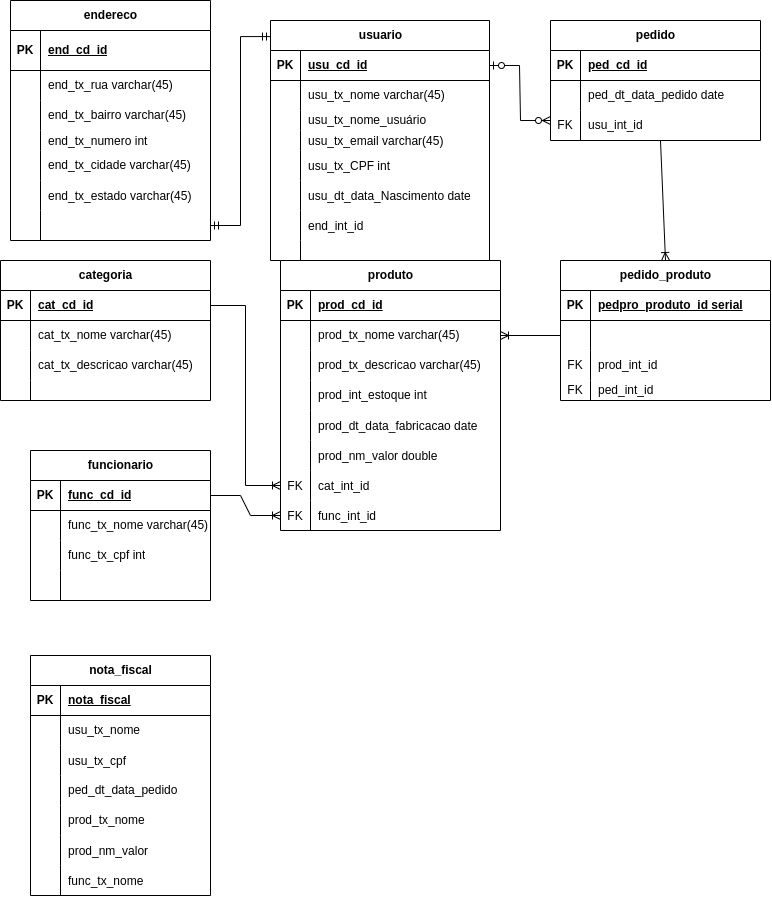
Above: diagrama_logico_PF_BD.drawio.png in brunolimaptr/dataBaseG1 (draw.io), before the change. Source tidied: cells renumbered, new cells last; positions are measured from the earlier drawing's top-left corner, leaving out a move shared by most shapes.
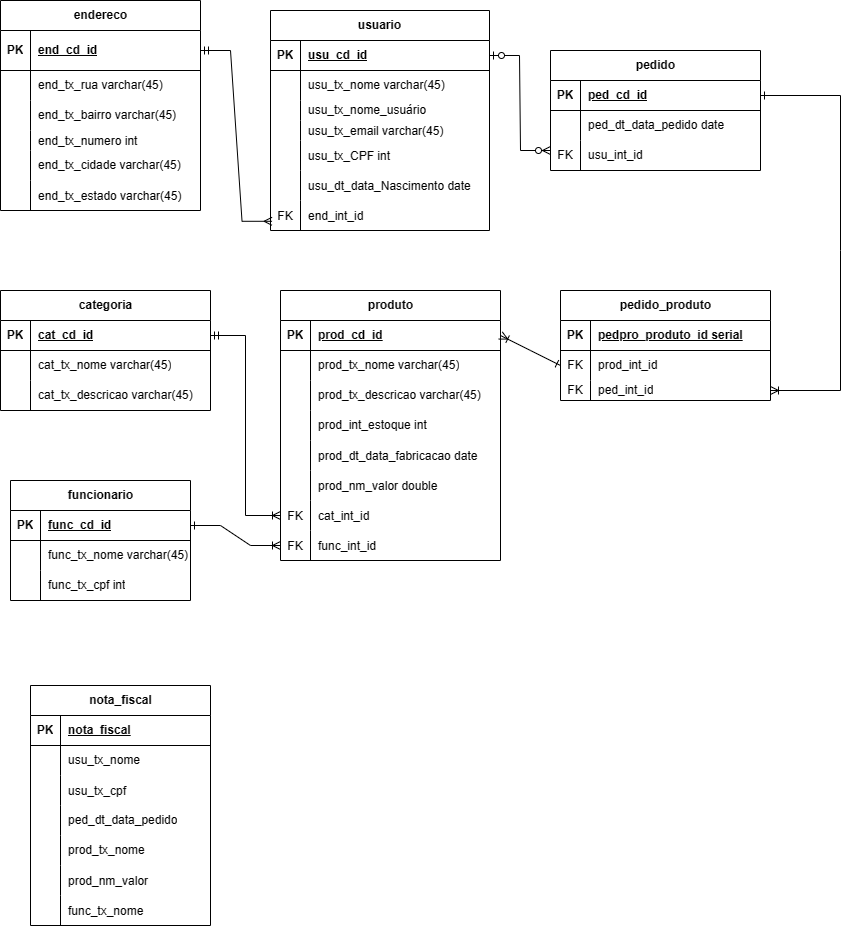
After the commit.

Commit message:
mudanças no modelo lógico

What changed in the source:
```diff
@@ -3,7 +3,7 @@
     <mxCell id="0" />
     <mxCell id="1" parent="0" />
     <mxCell id="2" value="usuario" style="shape=table;startSize=30;rowLines=0;fontStyle=1;align=center;html=1;" parent="1" vertex="1">
-      <mxGeometry x="270" y="20" width="219" height="240" as="geometry" />
+      <mxGeometry x="270" y="-20" width="219" height="220" as="geometry" />
     </mxCell>
     <mxCell id="3" style="shape=tableRow;horizontal=0;startSize=0;swimlaneHead=0;swimlaneBody=0;fillColor=none;points=[[0,0.5],[1,0.5]];portConstraint=eastwest;top=0;left=0;right=0;bottom=1;" parent="2" vertex="1">
       <mxGeometry y="30" width="219" height="30" as="geometry" />
@@ -62,23 +62,14 @@
     <mxCell id="21" style="shape=tableRow;horizontal=0;startSize=0;swimlaneHead=0;swimlaneBody=0;fillColor=none;points=[[0,0.5],[1,0.5]];portConstraint=eastwest;top=0;left=0;right=0;bottom=0;" parent="2" vertex="1">
       <mxGeometry y="190" width="219" height="30" as="geometry" />
     </mxCell>
-    <mxCell id="22" style="shape=partialRectangle;fillColor=none;top=0;left=0;bottom=0;right=0;overflow=hidden;" parent="21" vertex="1">
+    <mxCell id="22" value="FK" style="shape=partialRectangle;fillColor=none;top=0;left=0;bottom=0;right=0;overflow=hidden;" parent="21" vertex="1">
       <mxGeometry width="30" height="30" as="geometry" />
     </mxCell>
     <mxCell id="23" value="end_int_id" style="shape=partialRectangle;fillColor=none;top=0;left=0;bottom=0;right=0;align=left;spacingLeft=6;overflow=hidden;" parent="21" vertex="1">
       <mxGeometry x="30" width="189" height="30" as="geometry" />
     </mxCell>
-    <mxCell id="24" style="shape=tableRow;horizontal=0;startSize=0;swimlaneHead=0;swimlaneBody=0;fillColor=none;top=0;left=0;right=0;bottom=0;" parent="2" vertex="1">
-      <mxGeometry y="220" width="219" height="20" as="geometry" />
-    </mxCell>
-    <mxCell id="25" style="shape=partialRectangle;fillColor=none;top=0;left=0;bottom=0;right=0;overflow=hidden;whiteSpace=wrap;html=1;" parent="24" vertex="1">
-      <mxGeometry width="30" height="20" as="geometry" />
-    </mxCell>
-    <mxCell id="26" style="shape=partialRectangle;fillColor=none;top=0;left=0;bottom=0;right=0;align=left;spacingLeft=6;overflow=hidden;whiteSpace=wrap;html=1;" parent="24" vertex="1">
-      <mxGeometry x="30" width="189" height="20" as="geometry" />
-    </mxCell>
     <mxCell id="27" value="endereco" style="shape=table;startSize=30;rowLines=0;fontStyle=1;align=center;html=1;" parent="1" vertex="1">
-      <mxGeometry x="10" width="200" height="240" as="geometry" />
+      <mxGeometry y="-30" width="200" height="210" as="geometry" />
     </mxCell>
     <mxCell id="28" style="shape=tableRow;horizontal=0;startSize=0;swimlaneHead=0;swimlaneBody=0;fillColor=none;points=[[0,0.5],[1,0.5]];portConstraint=eastwest;top=0;left=0;right=0;bottom=1;" parent="27" vertex="1">
       <mxGeometry y="30" width="200" height="40" as="geometry" />
@@ -134,15 +125,6 @@
     <mxCell id="45" value="end_tx_estado varchar(45)" style="shape=partialRectangle;fillColor=none;top=0;left=0;bottom=0;right=0;align=left;spacingLeft=6;overflow=hidden;" parent="43" vertex="1">
       <mxGeometry x="30" width="170" height="30" as="geometry" />
     </mxCell>
-    <mxCell id="46" style="shape=tableRow;horizontal=0;startSize=0;swimlaneHead=0;swimlaneBody=0;fillColor=none;points=[[0,0.5],[1,0.5]];portConstraint=eastwest;top=0;left=0;right=0;bottom=0;" parent="27" vertex="1">
-      <mxGeometry y="210" width="200" height="30" as="geometry" />
-    </mxCell>
-    <mxCell id="47" style="shape=partialRectangle;fillColor=none;top=0;left=0;bottom=0;right=0;overflow=hidden;" parent="46" vertex="1">
-      <mxGeometry width="30" height="30" as="geometry" />
-    </mxCell>
-    <mxCell id="48" style="shape=partialRectangle;fillColor=none;top=0;left=0;bottom=0;right=0;align=left;spacingLeft=6;overflow=hidden;" parent="46" vertex="1">
-      <mxGeometry x="30" width="170" height="30" as="geometry" />
-    </mxCell>
     <mxCell id="49" value="pedido" style="shape=table;startSize=30;rowLines=0;fontStyle=1;align=center;html=1;" parent="1" vertex="1">
       <mxGeometry x="550" y="20" width="210" height="120" as="geometry" />
     </mxCell>
@@ -249,7 +231,7 @@
       <mxGeometry x="30" width="190" height="30" as="geometry" />
     </mxCell>
     <mxCell id="84" value="categoria" style="shape=table;startSize=30;rowLines=0;fontStyle=1;align=center;html=1;" parent="1" vertex="1">
-      <mxGeometry y="260" width="210" height="140" as="geometry" />
+      <mxGeometry y="260" width="210" height="120" as="geometry" />
     </mxCell>
     <mxCell id="85" style="shape=tableRow;horizontal=0;startSize=0;swimlaneHead=0;swimlaneBody=0;fillColor=none;points=[[0,0.5],[1,0.5]];portConstraint=eastwest;top=0;left=0;right=0;bottom=1;" parent="84" vertex="1">
       <mxGeometry y="30" width="210" height="30" as="geometry" />
@@ -278,17 +260,8 @@
     <mxCell id="93" value="cat_tx_descricao varchar(45)" style="shape=partialRectangle;fillColor=none;top=0;left=0;bottom=0;right=0;align=left;spacingLeft=6;overflow=hidden;whiteSpace=wrap;html=1;" parent="91" vertex="1">
       <mxGeometry x="30" width="180" height="30" as="geometry" />
     </mxCell>
-    <mxCell id="94" style="shape=tableRow;horizontal=0;startSize=0;swimlaneHead=0;swimlaneBody=0;fillColor=none;top=0;left=0;right=0;bottom=0;" parent="84" vertex="1">
-      <mxGeometry y="120" width="210" height="20" as="geometry" />
-    </mxCell>
-    <mxCell id="95" style="shape=partialRectangle;fillColor=none;top=0;left=0;bottom=0;right=0;overflow=hidden;whiteSpace=wrap;html=1;" parent="94" vertex="1">
-      <mxGeometry width="30" height="20" as="geometry" />
-    </mxCell>
-    <mxCell id="96" style="shape=partialRectangle;fillColor=none;top=0;left=0;bottom=0;right=0;align=left;spacingLeft=6;overflow=hidden;whiteSpace=wrap;html=1;" parent="94" vertex="1">
-      <mxGeometry x="30" width="180" height="20" as="geometry" />
-    </mxCell>
     <mxCell id="97" value="funcionario" style="shape=table;startSize=30;rowLines=0;fontStyle=1;align=center;html=1;" parent="1" vertex="1">
-      <mxGeometry x="30" y="450" width="180" height="150" as="geometry" />
+      <mxGeometry x="10" y="450" width="180" height="120" as="geometry" />
     </mxCell>
     <mxCell id="98" style="shape=tableRow;horizontal=0;startSize=0;swimlaneHead=0;swimlaneBody=0;fillColor=none;points=[[0,0.5],[1,0.5]];portConstraint=eastwest;top=0;left=0;right=0;bottom=1;" parent="97" vertex="1">
       <mxGeometry y="30" width="180" height="30" as="geometry" />
@@ -317,17 +290,8 @@
     <mxCell id="106" value="func_tx_cpf int" style="shape=partialRectangle;fillColor=none;top=0;left=0;bottom=0;right=0;align=left;spacingLeft=6;overflow=hidden;whiteSpace=wrap;html=1;" parent="104" vertex="1">
       <mxGeometry x="30" width="150" height="30" as="geometry" />
     </mxCell>
-    <mxCell id="107" style="shape=tableRow;horizontal=0;startSize=0;swimlaneHead=0;swimlaneBody=0;fillColor=none;top=0;left=0;right=0;bottom=0;" parent="97" vertex="1">
-      <mxGeometry y="120" width="180" height="30" as="geometry" />
-    </mxCell>
-    <mxCell id="108" style="shape=partialRectangle;fillColor=none;top=0;left=0;bottom=0;right=0;overflow=hidden;whiteSpace=wrap;html=1;" parent="107" vertex="1">
-      <mxGeometry width="30" height="30" as="geometry" />
-    </mxCell>
-    <mxCell id="109" style="shape=partialRectangle;fillColor=none;top=0;left=0;bottom=0;right=0;align=left;spacingLeft=6;overflow=hidden;whiteSpace=wrap;html=1;" parent="107" vertex="1">
-      <mxGeometry x="30" width="150" height="30" as="geometry" />
-    </mxCell>
     <mxCell id="110" value="pedido_produto" style="shape=table;startSize=30;rowLines=0;fontStyle=1;align=center;html=1;" parent="1" vertex="1">
-      <mxGeometry x="560" y="260" width="210" height="140" as="geometry" />
+      <mxGeometry x="560" y="260" width="210" height="110" as="geometry" />
     </mxCell>
     <mxCell id="111" style="shape=tableRow;horizontal=0;startSize=0;swimlaneHead=0;swimlaneBody=0;fillColor=none;top=0;left=0;right=0;bottom=1;" parent="110" vertex="1">
       <mxGeometry y="30" width="210" height="30" as="geometry" />
@@ -338,17 +302,8 @@
     <mxCell id="113" value="pedpro_produto_id serial" style="shape=partialRectangle;fillColor=none;top=0;left=0;bottom=0;right=0;align=left;spacingLeft=6;fontStyle=5;overflow=hidden;whiteSpace=wrap;html=1;" parent="111" vertex="1">
       <mxGeometry x="30" width="180" height="30" as="geometry" />
     </mxCell>
-    <mxCell id="114" style="shape=tableRow;horizontal=0;startSize=0;swimlaneHead=0;swimlaneBody=0;fillColor=none;points=[[0,0.5],[1,0.5]];portConstraint=eastwest;top=0;left=0;right=0;bottom=0;" parent="110" vertex="1">
-      <mxGeometry y="60" width="210" height="30" as="geometry" />
-    </mxCell>
-    <mxCell id="115" style="shape=partialRectangle;fillColor=none;top=0;left=0;bottom=0;right=0;overflow=hidden;whiteSpace=wrap;html=1;" parent="114" vertex="1">
-      <mxGeometry width="30" height="30" as="geometry" />
-    </mxCell>
-    <mxCell id="116" style="shape=partialRectangle;fillColor=none;top=0;left=0;bottom=0;right=0;align=left;spacingLeft=6;overflow=hidden;whiteSpace=wrap;html=1;" parent="114" vertex="1">
-      <mxGeometry x="30" width="180" height="30" as="geometry" />
-    </mxCell>
     <mxCell id="117" style="shape=tableRow;horizontal=0;startSize=0;swimlaneHead=0;swimlaneBody=0;fillColor=none;top=0;left=0;right=0;bottom=0;" parent="110" vertex="1">
-      <mxGeometry y="90" width="210" height="30" as="geometry" />
+      <mxGeometry y="60" width="210" height="30" as="geometry" />
     </mxCell>
     <mxCell id="118" value="FK" style="shape=partialRectangle;fillColor=none;top=0;left=0;bottom=0;right=0;overflow=hidden;whiteSpace=wrap;html=1;" parent="117" vertex="1">
       <mxGeometry width="30" height="30" as="geometry" />
@@ -357,7 +312,7 @@
       <mxGeometry x="30" width="180" height="30" as="geometry" />
     </mxCell>
     <mxCell id="120" style="shape=tableRow;horizontal=0;startSize=0;swimlaneHead=0;swimlaneBody=0;fillColor=none;points=[[0,0.5],[1,0.5]];portConstraint=eastwest;top=0;left=0;right=0;bottom=0;" parent="110" vertex="1">
-      <mxGeometry y="120" width="210" height="20" as="geometry" />
+      <mxGeometry y="90" width="210" height="20" as="geometry" />
     </mxCell>
     <mxCell id="121" value="FK" style="shape=partialRectangle;fillColor=none;top=0;left=0;bottom=0;right=0;overflow=hidden;whiteSpace=wrap;html=1;" parent="120" vertex="1">
       <mxGeometry width="30" height="20" as="geometry" />
@@ -431,26 +386,44 @@
     <mxCell id="144" value="func_tx_nome" style="shape=partialRectangle;fillColor=none;top=0;left=0;bottom=0;right=0;align=left;spacingLeft=6;overflow=hidden;" parent="142" vertex="1">
       <mxGeometry x="30" width="150" height="30" as="geometry" />
     </mxCell>
-    <mxCell id="145" style="edgeStyle=entityRelationEdgeStyle;fontSize=12;html=1;endArrow=ERmandOne;startArrow=ERmandOne;rounded=0;entryX=0;entryY=0.067;entryDx=0;entryDy=0;entryPerimeter=0;exitX=1;exitY=0.5;exitDx=0;exitDy=0;" parent="1" edge="1" source="46" target="2">
-      <mxGeometry relative="1" as="geometry" />
+    <mxCell id="145" style="edgeStyle=entityRelationEdgeStyle;fontSize=12;html=1;endArrow=ERmany;startArrow=ERmandOne;rounded=0;startFill=0;endFill=0;exitX=1;exitY=0.5;exitDx=0;exitDy=0;entryX=0.007;entryY=0.693;entryDx=0;entryDy=0;entryPerimeter=0;" parent="1" edge="1" source="28" target="21">
+      <mxGeometry relative="1" as="geometry">
+        <Array as="points">
+          <mxPoint x="240" y="20" />
+          <mxPoint x="250" y="100" />
+          <mxPoint x="240" y="20" />
+          <mxPoint x="240" y="20" />
+          <mxPoint x="230" y="185" />
+          <mxPoint x="290" y="190" />
+        </Array>
+      </mxGeometry>
     </mxCell>
     <mxCell id="146" style="edgeStyle=entityRelationEdgeStyle;fontSize=12;html=1;endArrow=ERzeroToMany;startArrow=ERzeroToOne;rounded=0;entryX=0;entryY=0.5;entryDx=0;entryDy=0;exitX=1;exitY=0.5;exitDx=0;exitDy=0;" parent="1" edge="1" source="3">
       <mxGeometry relative="1" as="geometry">
         <mxPoint x="550" y="120" as="targetPoint" />
       </mxGeometry>
     </mxCell>
-    <mxCell id="147" style="fontSize=12;html=1;endArrow=ERoneToMany;rounded=0;entryX=0.5;entryY=0;entryDx=0;entryDy=0;" parent="1" edge="1" target="110">
+    <mxCell id="147" style="fontSize=12;html=1;endArrow=ERoneToMany;rounded=0;startArrow=ERone;startFill=0;exitX=1;exitY=0.5;exitDx=0;exitDy=0;entryX=1;entryY=0.5;entryDx=0;entryDy=0;" parent="1" edge="1" source="50" target="120">
       <mxGeometry relative="1" as="geometry">
-        <mxPoint x="660" y="140" as="sourcePoint" />
+        <Array as="points">
+          <mxPoint x="840" y="65" />
+          <mxPoint x="840" y="220" />
+          <mxPoint x="840" y="360" />
+        </Array>
       </mxGeometry>
     </mxCell>
-    <mxCell id="148" style="fontSize=12;html=1;endArrow=ERoneToMany;rounded=0;entryX=1;entryY=0.5;entryDx=0;entryDy=0;exitX=0;exitY=0.5;exitDx=0;exitDy=0;" parent="1" edge="1" source="114" target="63">
-      <mxGeometry relative="1" as="geometry" />
+    <mxCell id="148" style="fontSize=12;html=1;endArrow=ERoneToMany;rounded=0;entryX=1;entryY=0.5;entryDx=0;entryDy=0;exitX=0;exitY=0.5;exitDx=0;exitDy=0;startArrow=ERone;startFill=0;" parent="1" edge="1" target="60">
+      <mxGeometry relative="1" as="geometry">
+        <mxPoint x="560" y="335" as="sourcePoint" />
+        <Array as="points">
+          <mxPoint x="530" y="320" />
+        </Array>
+      </mxGeometry>
     </mxCell>
-    <mxCell id="149" style="fontSize=12;html=1;endArrow=ERoneToMany;rounded=0;entryX=0;entryY=0.5;entryDx=0;entryDy=0;edgeStyle=orthogonalEdgeStyle;exitX=1;exitY=0.5;exitDx=0;exitDy=0;" parent="1" edge="1" source="85" target="78">
+    <mxCell id="149" style="fontSize=12;html=1;endArrow=ERoneToMany;rounded=0;entryX=0;entryY=0.5;entryDx=0;entryDy=0;edgeStyle=orthogonalEdgeStyle;exitX=1;exitY=0.5;exitDx=0;exitDy=0;startArrow=ERmandOne;startFill=0;" parent="1" edge="1" source="85" target="78">
       <mxGeometry relative="1" as="geometry" />
     </mxCell>
-    <mxCell id="150" style="edgeStyle=entityRelationEdgeStyle;fontSize=12;html=1;endArrow=ERoneToMany;rounded=0;entryX=0;entryY=0.5;entryDx=0;entryDy=0;exitX=1;exitY=0.5;exitDx=0;exitDy=0;" parent="1" edge="1" source="98" target="81">
+    <mxCell id="150" style="edgeStyle=entityRelationEdgeStyle;fontSize=12;html=1;endArrow=ERoneToMany;rounded=0;entryX=0;entryY=0.5;entryDx=0;entryDy=0;exitX=1;exitY=0.5;exitDx=0;exitDy=0;startArrow=ERone;startFill=0;" parent="1" edge="1" source="98" target="81">
       <mxGeometry relative="1" as="geometry">
         <Array as="points">
           <mxPoint x="220" y="560" />
```
